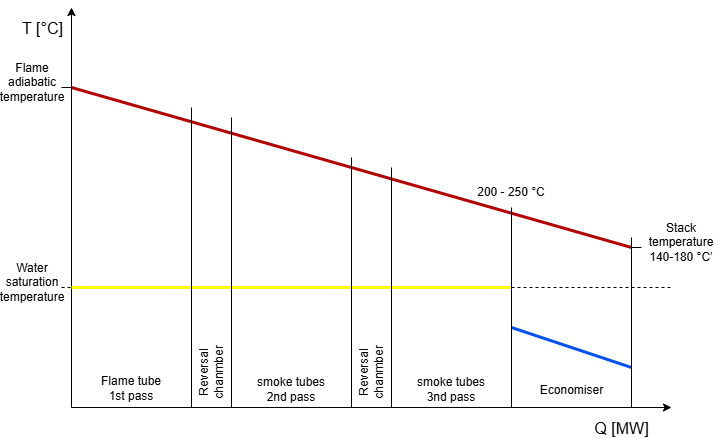
This is Thesis/figures/t-q diagram.png from SaifAqel/Boiler_Model, a draw.io export, as it was before one commit. Source tidied: cells renumbered, new cells last; positions are measured from the earlier drawing's top-left corner, leaving out a move shared by most shapes. Its diagram source:
```xml
<mxGraphModel>
  <root>
    <mxCell id="0" />
    <mxCell id="1" parent="0" />
    <mxCell id="2" style="endArrow=classic;html=1;rounded=0;" parent="1" edge="1">
      <mxGeometry relative="1" as="geometry">
        <mxPoint x="69" y="400" as="sourcePoint" />
        <mxPoint x="69" as="targetPoint" />
      </mxGeometry>
    </mxCell>
    <mxCell id="3" value="&lt;font style=&quot;font-size: 16px;&quot;&gt;T [°C]&lt;/font&gt;" style="edgeLabel;html=1;align=center;verticalAlign=middle;" parent="2" vertex="1">
      <mxGeometry x="0.17" y="-1" relative="1" as="geometry">
        <mxPoint x="-31" y="-145" as="offset" />
      </mxGeometry>
    </mxCell>
    <mxCell id="4" style="endArrow=classic;html=1;rounded=0;" parent="1" edge="1">
      <mxGeometry relative="1" as="geometry">
        <mxPoint x="69" y="400" as="sourcePoint" />
        <mxPoint x="669" y="400" as="targetPoint" />
      </mxGeometry>
    </mxCell>
    <mxCell id="5" value="&lt;font style=&quot;font-size: 16px;&quot;&gt;Q [MW]&lt;/font&gt;" style="edgeLabel;html=1;align=center;verticalAlign=middle;" parent="4" vertex="1">
      <mxGeometry x="0.6" y="4" relative="1" as="geometry">
        <mxPoint x="68" y="24" as="offset" />
      </mxGeometry>
    </mxCell>
    <mxCell id="6" style="endArrow=none;html=1;rounded=0;strokeWidth=3;fillColor=#e51400;strokeColor=light-dark(#B20000,#FF0000);" parent="1" edge="1">
      <mxGeometry relative="1" as="geometry">
        <mxPoint x="69" y="80" as="sourcePoint" />
        <mxPoint x="629" y="240" as="targetPoint" />
      </mxGeometry>
    </mxCell>
    <mxCell id="7" style="endArrow=none;dashed=1;html=1;rounded=0;" parent="1" edge="1">
      <mxGeometry relative="1" as="geometry">
        <mxPoint x="59" y="280" as="sourcePoint" />
        <mxPoint x="669" y="280" as="targetPoint" />
      </mxGeometry>
    </mxCell>
    <mxCell id="8" style="endArrow=none;html=1;rounded=0;strokeColor=light-dark(#FFFF00,#FFFF00);strokeWidth=3;" parent="1" edge="1">
      <mxGeometry relative="1" as="geometry">
        <mxPoint x="69" y="280" as="sourcePoint" />
        <mxPoint x="509" y="280" as="targetPoint" />
      </mxGeometry>
    </mxCell>
    <mxCell id="9" style="endArrow=none;html=1;rounded=0;strokeColor=light-dark(#0050EF,#200BF7);strokeWidth=3;" parent="1" edge="1">
      <mxGeometry relative="1" as="geometry">
        <mxPoint x="629" y="360" as="sourcePoint" />
        <mxPoint x="509" y="320" as="targetPoint" />
      </mxGeometry>
    </mxCell>
    <mxCell id="10" style="endArrow=none;html=1;rounded=0;" parent="1" edge="1">
      <mxGeometry relative="1" as="geometry">
        <mxPoint x="189" y="400" as="sourcePoint" />
        <mxPoint x="189" y="100" as="targetPoint" />
      </mxGeometry>
    </mxCell>
    <mxCell id="11" style="endArrow=none;html=1;rounded=0;" parent="1" edge="1">
      <mxGeometry relative="1" as="geometry">
        <mxPoint x="229" y="400" as="sourcePoint" />
        <mxPoint x="229" y="110" as="targetPoint" />
      </mxGeometry>
    </mxCell>
    <mxCell id="12" style="endArrow=none;html=1;rounded=0;" parent="1" edge="1">
      <mxGeometry relative="1" as="geometry">
        <mxPoint x="349" y="400" as="sourcePoint" />
        <mxPoint x="349" y="150" as="targetPoint" />
      </mxGeometry>
    </mxCell>
    <mxCell id="13" style="endArrow=none;html=1;rounded=0;" parent="1" edge="1">
      <mxGeometry relative="1" as="geometry">
        <mxPoint x="389" y="400" as="sourcePoint" />
        <mxPoint x="389" y="160" as="targetPoint" />
      </mxGeometry>
    </mxCell>
    <mxCell id="14" style="endArrow=none;html=1;rounded=0;" parent="1" edge="1">
      <mxGeometry relative="1" as="geometry">
        <mxPoint x="509" y="400" as="sourcePoint" />
        <mxPoint x="509" y="200" as="targetPoint" />
      </mxGeometry>
    </mxCell>
    <mxCell id="15" style="endArrow=none;html=1;rounded=0;" parent="1" edge="1">
      <mxGeometry relative="1" as="geometry">
        <mxPoint x="629" y="400" as="sourcePoint" />
        <mxPoint x="629" y="230" as="targetPoint" />
      </mxGeometry>
    </mxCell>
    <mxCell id="16" value="Economiser" style="text;html=1;whiteSpace=wrap;strokeColor=none;fillColor=none;align=center;verticalAlign=middle;rounded=0;" parent="1" vertex="1">
      <mxGeometry x="530" y="368" width="79" height="30" as="geometry" />
    </mxCell>
    <mxCell id="17" value="smoke tubes 2nd pass" style="text;html=1;whiteSpace=wrap;strokeColor=none;fillColor=none;align=center;verticalAlign=middle;rounded=0;" parent="1" vertex="1">
      <mxGeometry x="244" y="367" width="90" height="30" as="geometry" />
    </mxCell>
    <mxCell id="18" value="Reversal chanmber" style="text;html=1;whiteSpace=wrap;strokeColor=none;fillColor=none;align=center;verticalAlign=middle;rounded=0;rotation=-90;" parent="1" vertex="1">
      <mxGeometry x="164" y="350" width="90" height="30" as="geometry" />
    </mxCell>
    <mxCell id="19" value="Reversal chanmber" style="text;html=1;whiteSpace=wrap;strokeColor=none;fillColor=none;align=center;verticalAlign=middle;rounded=0;rotation=-90;" parent="1" vertex="1">
      <mxGeometry x="324" y="350" width="90" height="30" as="geometry" />
    </mxCell>
    <mxCell id="20" value="smoke tubes 3nd pass" style="text;html=1;whiteSpace=wrap;strokeColor=none;fillColor=none;align=center;verticalAlign=middle;rounded=0;" parent="1" vertex="1">
      <mxGeometry x="404" y="367" width="90" height="30" as="geometry" />
    </mxCell>
    <mxCell id="21" value="Flame tube 1st pass" style="text;html=1;whiteSpace=wrap;strokeColor=none;fillColor=none;align=center;verticalAlign=middle;rounded=0;" parent="1" vertex="1">
      <mxGeometry x="89" y="366" width="80" height="30" as="geometry" />
    </mxCell>
    <mxCell id="22" style="endArrow=none;html=1;rounded=0;" parent="1" edge="1">
      <mxGeometry relative="1" as="geometry">
        <mxPoint x="69" y="80" as="sourcePoint" />
        <mxPoint x="59" y="80" as="targetPoint" />
      </mxGeometry>
    </mxCell>
    <mxCell id="23" value="Flame adiabatic temperature" style="text;html=1;whiteSpace=wrap;strokeColor=none;fillColor=none;align=center;verticalAlign=middle;rounded=0;" parent="1" vertex="1">
      <mxGeometry y="60" width="60" height="30" as="geometry" />
    </mxCell>
    <mxCell id="24" value="Water saturation temperature" style="text;html=1;whiteSpace=wrap;strokeColor=none;fillColor=none;align=center;verticalAlign=middle;rounded=0;" parent="1" vertex="1">
      <mxGeometry y="260" width="60" height="30" as="geometry" />
    </mxCell>
    <mxCell id="25" value="200 - 250&amp;nbsp;°C" style="text;html=1;whiteSpace=wrap;strokeColor=none;fillColor=none;align=center;verticalAlign=middle;rounded=0;" parent="1" vertex="1">
      <mxGeometry x="459" y="170" width="100" height="30" as="geometry" />
    </mxCell>
    <mxCell id="26" style="endArrow=none;html=1;rounded=0;" parent="1" edge="1">
      <mxGeometry relative="1" as="geometry">
        <mxPoint x="629" y="240" as="sourcePoint" />
        <mxPoint x="639" y="240" as="targetPoint" />
      </mxGeometry>
    </mxCell>
    <mxCell id="27" value="Stack temperature 140-180&amp;nbsp;°C’" style="text;html=1;whiteSpace=wrap;strokeColor=none;fillColor=none;align=center;verticalAlign=middle;rounded=0;" parent="1" vertex="1">
      <mxGeometry x="639" y="220" width="80" height="30" as="geometry" />
    </mxCell>
  </root>
</mxGraphModel>
```
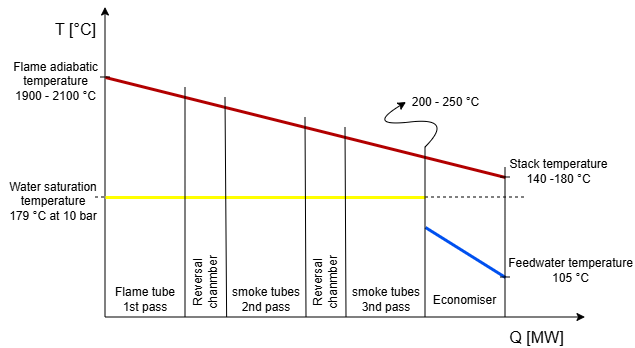
Later version of the same file.

Change to the diagram source:
```diff
@@ -5,126 +5,144 @@
     <mxCell id="2" style="endArrow=classic;html=1;rounded=0;" parent="1" edge="1">
       <mxGeometry relative="1" as="geometry">
         <mxPoint x="69" y="400" as="sourcePoint" />
-        <mxPoint x="69" as="targetPoint" />
+        <mxPoint x="69" y="90" as="targetPoint" />
       </mxGeometry>
     </mxCell>
     <mxCell id="3" value="&lt;font style=&quot;font-size: 16px;&quot;&gt;T [°C]&lt;/font&gt;" style="edgeLabel;html=1;align=center;verticalAlign=middle;" parent="2" vertex="1">
       <mxGeometry x="0.17" y="-1" relative="1" as="geometry">
-        <mxPoint x="-31" y="-145" as="offset" />
+        <mxPoint x="-31" y="-106" as="offset" />
       </mxGeometry>
     </mxCell>
     <mxCell id="4" style="endArrow=classic;html=1;rounded=0;" parent="1" edge="1">
       <mxGeometry relative="1" as="geometry">
         <mxPoint x="69" y="400" as="sourcePoint" />
-        <mxPoint x="669" y="400" as="targetPoint" />
+        <mxPoint x="549" y="400" as="targetPoint" />
       </mxGeometry>
     </mxCell>
     <mxCell id="5" value="&lt;font style=&quot;font-size: 16px;&quot;&gt;Q [MW]&lt;/font&gt;" style="edgeLabel;html=1;align=center;verticalAlign=middle;" parent="4" vertex="1">
       <mxGeometry x="0.6" y="4" relative="1" as="geometry">
-        <mxPoint x="68" y="24" as="offset" />
+        <mxPoint x="45" y="24" as="offset" />
       </mxGeometry>
     </mxCell>
     <mxCell id="6" style="endArrow=none;html=1;rounded=0;strokeWidth=3;fillColor=#e51400;strokeColor=light-dark(#B20000,#FF0000);" parent="1" edge="1">
       <mxGeometry relative="1" as="geometry">
-        <mxPoint x="69" y="80" as="sourcePoint" />
-        <mxPoint x="629" y="240" as="targetPoint" />
+        <mxPoint x="69" y="160" as="sourcePoint" />
+        <mxPoint x="469" y="260" as="targetPoint" />
       </mxGeometry>
     </mxCell>
     <mxCell id="7" style="endArrow=none;dashed=1;html=1;rounded=0;" parent="1" edge="1">
       <mxGeometry relative="1" as="geometry">
         <mxPoint x="59" y="280" as="sourcePoint" />
-        <mxPoint x="669" y="280" as="targetPoint" />
+        <mxPoint x="489" y="280" as="targetPoint" />
       </mxGeometry>
     </mxCell>
     <mxCell id="8" style="endArrow=none;html=1;rounded=0;strokeColor=light-dark(#FFFF00,#FFFF00);strokeWidth=3;" parent="1" edge="1">
       <mxGeometry relative="1" as="geometry">
         <mxPoint x="69" y="280" as="sourcePoint" />
-        <mxPoint x="509" y="280" as="targetPoint" />
+        <mxPoint x="389" y="280" as="targetPoint" />
       </mxGeometry>
     </mxCell>
     <mxCell id="9" style="endArrow=none;html=1;rounded=0;strokeColor=light-dark(#0050EF,#200BF7);strokeWidth=3;" parent="1" edge="1">
       <mxGeometry relative="1" as="geometry">
-        <mxPoint x="629" y="360" as="sourcePoint" />
-        <mxPoint x="509" y="320" as="targetPoint" />
+        <mxPoint x="469" y="360" as="sourcePoint" />
+        <mxPoint x="389" y="310" as="targetPoint" />
       </mxGeometry>
     </mxCell>
     <mxCell id="10" style="endArrow=none;html=1;rounded=0;" parent="1" edge="1">
       <mxGeometry relative="1" as="geometry">
-        <mxPoint x="189" y="400" as="sourcePoint" />
-        <mxPoint x="189" y="100" as="targetPoint" />
+        <mxPoint x="149" y="400" as="sourcePoint" />
+        <mxPoint x="149" y="170" as="targetPoint" />
       </mxGeometry>
     </mxCell>
     <mxCell id="11" style="endArrow=none;html=1;rounded=0;" parent="1" edge="1">
       <mxGeometry relative="1" as="geometry">
-        <mxPoint x="229" y="400" as="sourcePoint" />
-        <mxPoint x="229" y="110" as="targetPoint" />
+        <mxPoint x="190.6" y="400" as="sourcePoint" />
+        <mxPoint x="189" y="180" as="targetPoint" />
       </mxGeometry>
     </mxCell>
     <mxCell id="12" style="endArrow=none;html=1;rounded=0;" parent="1" edge="1">
       <mxGeometry relative="1" as="geometry">
-        <mxPoint x="349" y="400" as="sourcePoint" />
-        <mxPoint x="349" y="150" as="targetPoint" />
+        <mxPoint x="270" y="400" as="sourcePoint" />
+        <mxPoint x="269" y="200" as="targetPoint" />
       </mxGeometry>
     </mxCell>
     <mxCell id="13" style="endArrow=none;html=1;rounded=0;" parent="1" edge="1">
       <mxGeometry relative="1" as="geometry">
-        <mxPoint x="389" y="400" as="sourcePoint" />
-        <mxPoint x="389" y="160" as="targetPoint" />
+        <mxPoint x="310" y="400" as="sourcePoint" />
+        <mxPoint x="309" y="210" as="targetPoint" />
       </mxGeometry>
     </mxCell>
     <mxCell id="14" style="endArrow=none;html=1;rounded=0;" parent="1" edge="1">
       <mxGeometry relative="1" as="geometry">
-        <mxPoint x="509" y="400" as="sourcePoint" />
-        <mxPoint x="509" y="200" as="targetPoint" />
+        <mxPoint x="389" y="400" as="sourcePoint" />
+        <mxPoint x="389" y="230" as="targetPoint" />
       </mxGeometry>
     </mxCell>
     <mxCell id="15" style="endArrow=none;html=1;rounded=0;" parent="1" edge="1">
       <mxGeometry relative="1" as="geometry">
-        <mxPoint x="629" y="400" as="sourcePoint" />
-        <mxPoint x="629" y="230" as="targetPoint" />
+        <mxPoint x="469" y="400" as="sourcePoint" />
+        <mxPoint x="469" y="250" as="targetPoint" />
       </mxGeometry>
     </mxCell>
     <mxCell id="16" value="Economiser" style="text;html=1;whiteSpace=wrap;strokeColor=none;fillColor=none;align=center;verticalAlign=middle;rounded=0;" parent="1" vertex="1">
-      <mxGeometry x="530" y="368" width="79" height="30" as="geometry" />
+      <mxGeometry x="389" y="368" width="79" height="30" as="geometry" />
     </mxCell>
     <mxCell id="17" value="smoke tubes 2nd pass" style="text;html=1;whiteSpace=wrap;strokeColor=none;fillColor=none;align=center;verticalAlign=middle;rounded=0;" parent="1" vertex="1">
-      <mxGeometry x="244" y="367" width="90" height="30" as="geometry" />
+      <mxGeometry x="185" y="367" width="90" height="30" as="geometry" />
     </mxCell>
     <mxCell id="18" value="Reversal chanmber" style="text;html=1;whiteSpace=wrap;strokeColor=none;fillColor=none;align=center;verticalAlign=middle;rounded=0;rotation=-90;" parent="1" vertex="1">
-      <mxGeometry x="164" y="350" width="90" height="30" as="geometry" />
+      <mxGeometry x="124" y="350" width="90" height="30" as="geometry" />
     </mxCell>
     <mxCell id="19" value="Reversal chanmber" style="text;html=1;whiteSpace=wrap;strokeColor=none;fillColor=none;align=center;verticalAlign=middle;rounded=0;rotation=-90;" parent="1" vertex="1">
-      <mxGeometry x="324" y="350" width="90" height="30" as="geometry" />
+      <mxGeometry x="244" y="350" width="90" height="30" as="geometry" />
     </mxCell>
     <mxCell id="20" value="smoke tubes 3nd pass" style="text;html=1;whiteSpace=wrap;strokeColor=none;fillColor=none;align=center;verticalAlign=middle;rounded=0;" parent="1" vertex="1">
-      <mxGeometry x="404" y="367" width="90" height="30" as="geometry" />
+      <mxGeometry x="305" y="367" width="90" height="30" as="geometry" />
     </mxCell>
     <mxCell id="21" value="Flame tube 1st pass" style="text;html=1;whiteSpace=wrap;strokeColor=none;fillColor=none;align=center;verticalAlign=middle;rounded=0;" parent="1" vertex="1">
-      <mxGeometry x="89" y="366" width="80" height="30" as="geometry" />
+      <mxGeometry x="69" y="367" width="80" height="30" as="geometry" />
     </mxCell>
     <mxCell id="22" style="endArrow=none;html=1;rounded=0;" parent="1" edge="1">
       <mxGeometry relative="1" as="geometry">
-        <mxPoint x="69" y="80" as="sourcePoint" />
-        <mxPoint x="59" y="80" as="targetPoint" />
+        <mxPoint x="74" y="160" as="sourcePoint" />
+        <mxPoint x="64" y="160" as="targetPoint" />
       </mxGeometry>
     </mxCell>
-    <mxCell id="23" value="Flame adiabatic temperature" style="text;html=1;whiteSpace=wrap;strokeColor=none;fillColor=none;align=center;verticalAlign=middle;rounded=0;" parent="1" vertex="1">
-      <mxGeometry y="60" width="60" height="30" as="geometry" />
+    <mxCell id="23" value="Flame adiabatic temperature&lt;div&gt;1900 - 2100 °C&lt;/div&gt;" style="text;html=1;whiteSpace=wrap;strokeColor=none;fillColor=none;align=center;verticalAlign=middle;rounded=0;" parent="1" vertex="1">
+      <mxGeometry x="-31.5" y="149" width="101" height="30" as="geometry" />
     </mxCell>
-    <mxCell id="24" value="Water saturation temperature" style="text;html=1;whiteSpace=wrap;strokeColor=none;fillColor=none;align=center;verticalAlign=middle;rounded=0;" parent="1" vertex="1">
-      <mxGeometry y="260" width="60" height="30" as="geometry" />
+    <mxCell id="24" value="Water saturation temperature&lt;div&gt;179 °C&amp;nbsp;at 10 bar&lt;/div&gt;" style="text;html=1;whiteSpace=wrap;strokeColor=none;fillColor=none;align=center;verticalAlign=middle;rounded=0;" parent="1" vertex="1">
+      <mxGeometry x="-36" y="269" width="106" height="30" as="geometry" />
     </mxCell>
     <mxCell id="25" value="200 - 250&amp;nbsp;°C" style="text;html=1;whiteSpace=wrap;strokeColor=none;fillColor=none;align=center;verticalAlign=middle;rounded=0;" parent="1" vertex="1">
-      <mxGeometry x="459" y="170" width="100" height="30" as="geometry" />
+      <mxGeometry x="370" y="170" width="79" height="30" as="geometry" />
     </mxCell>
     <mxCell id="26" style="endArrow=none;html=1;rounded=0;" parent="1" edge="1">
       <mxGeometry relative="1" as="geometry">
-        <mxPoint x="629" y="240" as="sourcePoint" />
-        <mxPoint x="639" y="240" as="targetPoint" />
+        <mxPoint x="464" y="260" as="sourcePoint" />
+        <mxPoint x="474" y="260" as="targetPoint" />
       </mxGeometry>
     </mxCell>
-    <mxCell id="27" value="Stack temperature 140-180&amp;nbsp;°C’" style="text;html=1;whiteSpace=wrap;strokeColor=none;fillColor=none;align=center;verticalAlign=middle;rounded=0;" parent="1" vertex="1">
-      <mxGeometry x="639" y="220" width="80" height="30" as="geometry" />
+    <mxCell id="27" value="Stack temperature 140 -180&amp;nbsp;°C" style="text;html=1;whiteSpace=wrap;strokeColor=none;fillColor=none;align=center;verticalAlign=middle;rounded=0;" parent="1" vertex="1">
+      <mxGeometry x="468" y="239" width="109" height="30" as="geometry" />
     </mxCell>
+    <mxCell id="28" value="Feedwater temperature 105 °C" style="text;html=1;whiteSpace=wrap;strokeColor=none;fillColor=none;align=center;verticalAlign=middle;rounded=0;" parent="1" vertex="1">
+      <mxGeometry x="470" y="338" width="129" height="30" as="geometry" />
+    </mxCell>
+    <mxCell id="29" style="endArrow=none;html=1;rounded=0;" parent="1" edge="1">
+      <mxGeometry relative="1" as="geometry">
+        <mxPoint x="474" y="360" as="sourcePoint" />
+        <mxPoint x="464" y="360" as="targetPoint" />
+      </mxGeometry>
+    </mxCell>
+    <mxCell id="30" style="curved=1;endArrow=classic;html=1;rounded=0;entryX=0;entryY=0.5;entryDx=0;entryDy=0;" parent="1" edge="1" target="25">
+      <mxGeometry relative="1" as="geometry">
+        <mxPoint x="389" y="230" as="sourcePoint" />
+        <Array as="points">
+          <mxPoint x="419" y="200" />
+          <mxPoint x="329" y="210" />
+        </Array>
+      </mxGeometry>
+    </mxCell>
   </root>
 </mxGraphModel>
```
